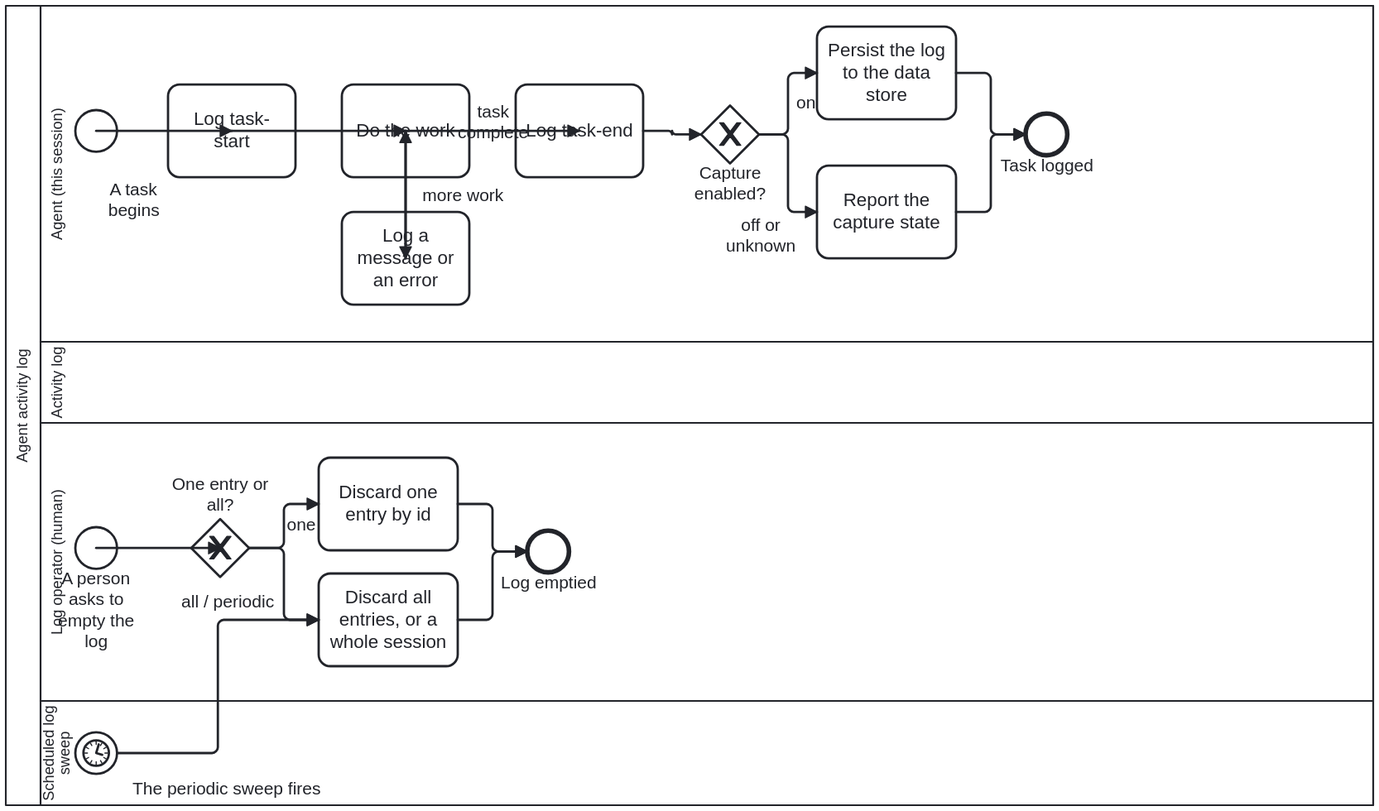
Above: docs/assets/img/workflows/activity-log.svg in litlfred/cat-harness (BPMN), before the change. Its source is kept beside it as processes/sdlc/activity-log.bpmn. Ids are renumbered.
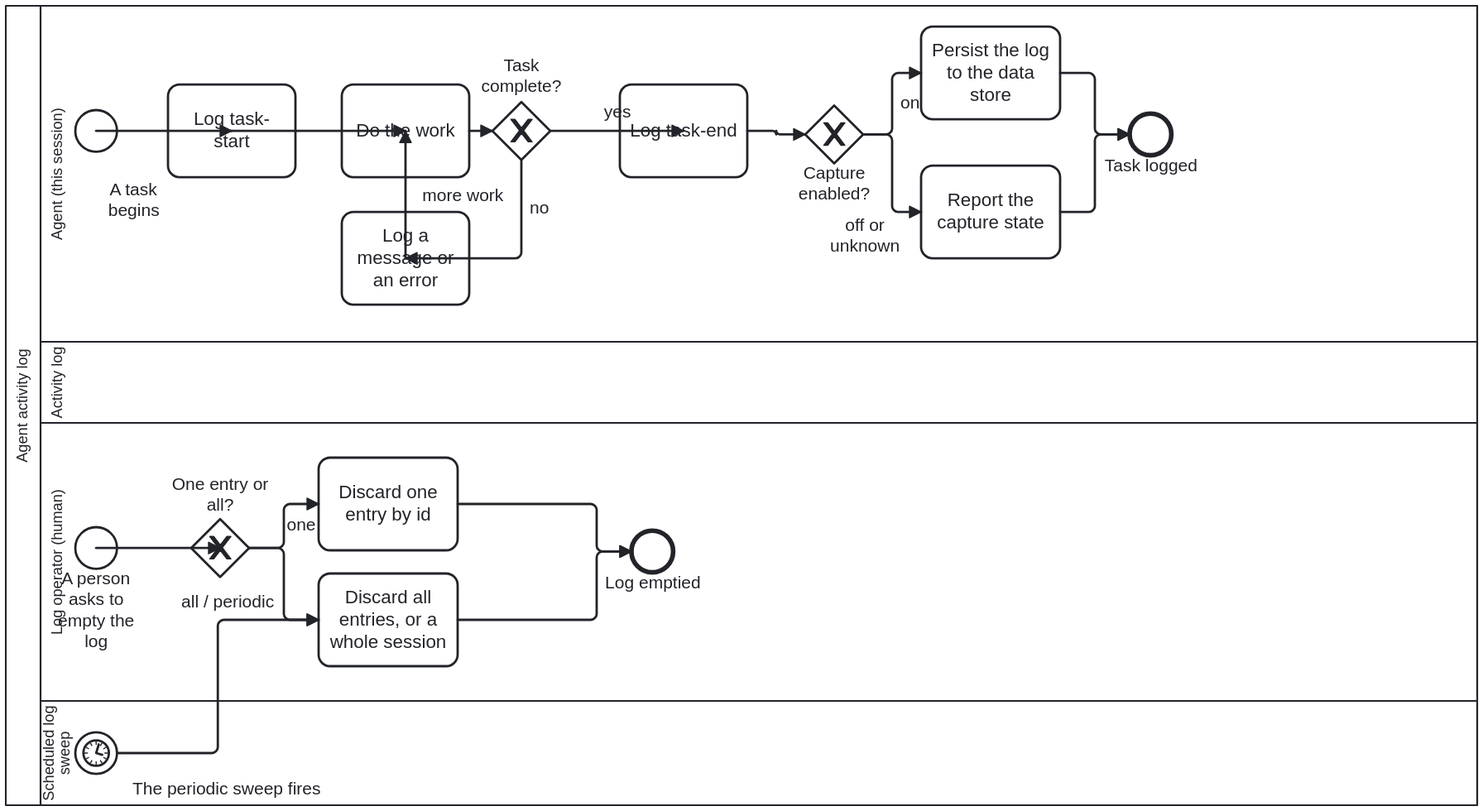
After the change.

What changed in the source:
```diff
@@ -63,6 +63,7 @@
         <bpmn:flowNodeRef>Start_Task</bpmn:flowNodeRef>
         <bpmn:flowNodeRef>A_LogStart</bpmn:flowNodeRef>
         <bpmn:flowNodeRef>A_DoWork</bpmn:flowNodeRef>
+        <bpmn:flowNodeRef>GW_DoWork</bpmn:flowNodeRef>
         <bpmn:flowNodeRef>A_LogMessage</bpmn:flowNodeRef>
         <bpmn:flowNodeRef>A_LogEnd</bpmn:flowNodeRef>
         <bpmn:flowNodeRef>Gateway_Capture</bpmn:flowNodeRef>
@@ -114,9 +115,11 @@
       </bpmn:extensionElements>
       <bpmn:incoming>F_2</bpmn:incoming>
       <bpmn:incoming>F_3b</bpmn:incoming>
-      <bpmn:outgoing>F_3</bpmn:outgoing>
-      <bpmn:outgoing>F_4</bpmn:outgoing>
+      <bpmn:outgoing>Flow_GW_DoWork</bpmn:outgoing>
     </bpmn:task>
+    <bpmn:exclusiveGateway id="GW_DoWork" name="Task complete?">
+      <bpmn:documentation>Which way the work goes after it.</bpmn:documentation>
+    </bpmn:exclusiveGateway>
 
     <bpmn:task id="A_LogMessage" name="Log a message or an error">
       <bpmn:documentation>Write a message or error entry whenever a later reader would need it. A command run goes in `execution` (command, exit code, where output went) — never the output itself, and never a secret, token or credential: capture on puts entries in git.</bpmn:documentation>
@@ -200,9 +203,10 @@
 
     <bpmn:sequenceFlow id="F_1" sourceRef="Start_Task" targetRef="A_LogStart"/>
     <bpmn:sequenceFlow id="F_2" sourceRef="A_LogStart" targetRef="A_DoWork"/>
-    <bpmn:sequenceFlow id="F_3" sourceRef="A_DoWork" targetRef="A_LogMessage"/>
+    <bpmn:sequenceFlow id="Flow_GW_DoWork" sourceRef="A_DoWork" targetRef="GW_DoWork"/>
+    <bpmn:sequenceFlow name="no" id="F_3" sourceRef="GW_DoWork" targetRef="A_LogMessage"/>
     <bpmn:sequenceFlow id="F_3b" sourceRef="A_LogMessage" targetRef="A_DoWork" name="more work"/>
-    <bpmn:sequenceFlow id="F_4" sourceRef="A_DoWork" targetRef="A_LogEnd" name="task complete"/>
+    <bpmn:sequenceFlow name="yes" id="F_4" sourceRef="GW_DoWork" targetRef="A_LogEnd"/>
     <bpmn:sequenceFlow id="F_5" sourceRef="A_LogEnd" targetRef="Gateway_Capture"/>
     <bpmn:sequenceFlow id="F_On" sourceRef="Gateway_Capture" targetRef="A_PersistLog" name="on"/>
     <bpmn:sequenceFlow id="F_OffOrUnknown" sourceRef="Gateway_Capture" targetRef="A_ReportCaptureState" name="off or unknown"/>
@@ -219,16 +223,16 @@
   <bpmndi:BPMNDiagram id="BPMNDiagram_ActivityLog">
     <bpmndi:BPMNPlane id="BPMNPlane_ActivityLog" bpmnElement="Collab_ActivityLog">
       <bpmndi:BPMNShape id="Shape_Participant" bpmnElement="Participant_ActivityLog" isHorizontal="true">
-        <dc:Bounds x="160" y="90" width="1180" height="690"/>
+        <dc:Bounds x="160" y="90" width="1270" height="690"/>
       </bpmndi:BPMNShape>
       <bpmndi:BPMNShape id="Shape_Lane_Agent" bpmnElement="Lane_Agent" isHorizontal="true">
-        <dc:Bounds x="190" y="90" width="1150" height="290"/>
+        <dc:Bounds x="190" y="90" width="1240" height="290"/>
       </bpmndi:BPMNShape>
       <bpmndi:BPMNShape id="Shape_Lane_Log" bpmnElement="Lane_Log" isHorizontal="true">
-        <dc:Bounds x="190" y="380" width="1150" height="70"/>
+        <dc:Bounds x="190" y="380" width="1240" height="70"/>
       </bpmndi:BPMNShape>
       <bpmndi:BPMNShape id="Shape_Lane_Operator" bpmnElement="Lane_Operator" isHorizontal="true">
-        <dc:Bounds x="190" y="450" width="1150" height="240"/>
+        <dc:Bounds x="190" y="450" width="1240" height="240"/>
       </bpmndi:BPMNShape>
       <bpmndi:BPMNShape id="Shape_Start_Task" bpmnElement="Start_Task">
         <dc:Bounds x="220" y="180" width="36" height="36"/>
@@ -237,6 +241,10 @@
       <bpmndi:BPMNShape id="Shape_A_LogStart" bpmnElement="A_LogStart">
         <dc:Bounds x="300" y="158" width="110" height="80"/>
       </bpmndi:BPMNShape>
+      <bpmndi:BPMNShape id="Shape_GW_DoWork" bpmnElement="GW_DoWork" isMarkerVisible="true"><dc:Bounds x="580" y="173" width="50" height="50"/>
+        <bpmndi:BPMNLabel><dc:Bounds x="560" y="133" width="90" height="36" /></bpmndi:BPMNLabel>
+      </bpmndi:BPMNShape>
+      <bpmndi:BPMNEdge id="Edge_Flow_GW_DoWork" bpmnElement="Flow_GW_DoWork"><di:waypoint x="560" y="198"/><di:waypoint x="580" y="198"/></bpmndi:BPMNEdge>
       <bpmndi:BPMNShape id="Shape_A_DoWork" bpmnElement="A_DoWork">
         <dc:Bounds x="450" y="158" width="110" height="80"/>
       </bpmndi:BPMNShape>
@@ -244,19 +252,19 @@
         <dc:Bounds x="450" y="268" width="110" height="80"/>
       </bpmndi:BPMNShape>
       <bpmndi:BPMNShape id="Shape_A_LogEnd" bpmnElement="A_LogEnd">
-        <dc:Bounds x="600" y="158" width="110" height="80"/>
+        <dc:Bounds x="690" y="158" width="110" height="80"/>
       </bpmndi:BPMNShape>
       <bpmndi:BPMNShape id="Shape_Gateway_Capture" bpmnElement="Gateway_Capture" isMarkerVisible="true">
-        <dc:Bounds x="760" y="176" width="50" height="50"/>
+        <dc:Bounds x="850" y="176" width="50" height="50"/>
       </bpmndi:BPMNShape>
       <bpmndi:BPMNShape id="Shape_A_PersistLog" bpmnElement="A_PersistLog">
-        <dc:Bounds x="860" y="108" width="120" height="80"/>
+        <dc:Bounds x="950" y="108" width="120" height="80"/>
       </bpmndi:BPMNShape>
       <bpmndi:BPMNShape id="Shape_A_ReportCaptureState" bpmnElement="A_ReportCaptureState">
-        <dc:Bounds x="860" y="228" width="120" height="80"/>
+        <dc:Bounds x="950" y="228" width="120" height="80"/>
       </bpmndi:BPMNShape>
       <bpmndi:BPMNShape id="Shape_End_Task" bpmnElement="End_Task">
-        <dc:Bounds x="1040" y="183" width="36" height="36"/>
+        <dc:Bounds x="1130" y="183" width="36" height="36"/>
       </bpmndi:BPMNShape>
       <bpmndi:BPMNShape id="Shape_Start_Empty" bpmnElement="Start_Empty">
         <dc:Bounds x="220" y="540" width="36" height="36"/>
@@ -272,7 +280,7 @@
         <dc:Bounds x="430" y="580" width="120" height="80"/>
       </bpmndi:BPMNShape>
       <bpmndi:BPMNShape id="Shape_End_Emptied" bpmnElement="End_Emptied">
-        <dc:Bounds x="610" y="543" width="36" height="36"/>
+        <dc:Bounds x="700" y="543" width="36" height="36"/>
       </bpmndi:BPMNShape>
       <bpmndi:BPMNEdge id="Edge_F_1" bpmnElement="F_1">
         <di:waypoint x="238" y="198"/>
@@ -283,7 +291,7 @@
         <di:waypoint x="505" y="198"/>
       </bpmndi:BPMNEdge>
       <bpmndi:BPMNEdge id="Edge_F_3" bpmnElement="F_3">
-        <di:waypoint x="505" y="198"/>
+        <di:waypoint x="605" y="223"/><di:waypoint x="605" y="308"/>
         <di:waypoint x="505" y="308"/>
       </bpmndi:BPMNEdge>
       <bpmndi:BPMNEdge id="Edge_F_3b" bpmnElement="F_3b">
@@ -292,39 +300,39 @@
         <bpmndi:BPMNLabel><dc:Bounds x="509" y="244.5" width="90" height="17" /></bpmndi:BPMNLabel>
       </bpmndi:BPMNEdge>
       <bpmndi:BPMNEdge id="Edge_F_4" bpmnElement="F_4">
-        <di:waypoint x="505" y="198"/>
-        <di:waypoint x="655" y="198"/>
+        <di:waypoint x="630" y="198"/>
+        <di:waypoint x="745" y="198"/>
       </bpmndi:BPMNEdge>
       <bpmndi:BPMNEdge id="Edge_F_5" bpmnElement="F_5">
-        <di:waypoint x="710" y="198" />
-        <di:waypoint x="735" y="198" />
-        <di:waypoint x="735" y="201" />
-        <di:waypoint x="760" y="201" />
+        <di:waypoint x="800" y="198" />
+        <di:waypoint x="825" y="198" />
+        <di:waypoint x="825" y="201" />
+        <di:waypoint x="850" y="201" />
       </bpmndi:BPMNEdge>
       <bpmndi:BPMNEdge id="Edge_F_On" bpmnElement="F_On">
-        <di:waypoint x="810" y="201" />
-        <di:waypoint x="835" y="201" />
-        <di:waypoint x="835" y="148" />
-        <di:waypoint x="860" y="148" />
+        <di:waypoint x="900" y="201" />
+        <di:waypoint x="925" y="201" />
+        <di:waypoint x="925" y="148" />
+        <di:waypoint x="950" y="148" />
       </bpmndi:BPMNEdge>
       <bpmndi:BPMNEdge id="Edge_F_OffOrUnknown" bpmnElement="F_OffOrUnknown">
-        <di:waypoint x="810" y="201" />
-        <di:waypoint x="835" y="201" />
-        <di:waypoint x="835" y="268" />
-        <di:waypoint x="860" y="268" />
-        <bpmndi:BPMNLabel><dc:Bounds x="766" y="271" width="90" height="35" /></bpmndi:BPMNLabel>
+        <di:waypoint x="900" y="201" />
+        <di:waypoint x="925" y="201" />
+        <di:waypoint x="925" y="268" />
+        <di:waypoint x="950" y="268" />
+        <bpmndi:BPMNLabel><dc:Bounds x="856" y="271" width="90" height="35" /></bpmndi:BPMNLabel>
       </bpmndi:BPMNEdge>
       <bpmndi:BPMNEdge id="Edge_F_6" bpmnElement="F_6">
-        <di:waypoint x="980" y="148" />
-        <di:waypoint x="1010" y="148" />
-        <di:waypoint x="1010" y="201" />
-        <di:waypoint x="1040" y="201" />
+        <di:waypoint x="1070" y="148" />
+        <di:waypoint x="1100" y="148" />
+        <di:waypoint x="1100" y="201" />
+        <di:waypoint x="1130" y="201" />
       </bpmndi:BPMNEdge>
       <bpmndi:BPMNEdge id="Edge_F_7" bpmnElement="F_7">
-        <di:waypoint x="980" y="268" />
-        <di:waypoint x="1010" y="268" />
-        <di:waypoint x="1010" y="201" />
-        <di:waypoint x="1040" y="201" />
+        <di:waypoint x="1070" y="268" />
+        <di:waypoint x="1100" y="268" />
+        <di:waypoint x="1100" y="201" />
+        <di:waypoint x="1130" y="201" />
       </bpmndi:BPMNEdge>
       <bpmndi:BPMNEdge id="Edge_F_E1" bpmnElement="F_E1">
         <di:waypoint x="238" y="558"/>
@@ -345,18 +353,18 @@
       </bpmndi:BPMNEdge>
       <bpmndi:BPMNEdge id="Edge_F_E2" bpmnElement="F_E2">
         <di:waypoint x="550" y="520" />
-        <di:waypoint x="580" y="520" />
-        <di:waypoint x="580" y="561" />
-        <di:waypoint x="610" y="561" />
+        <di:waypoint x="670" y="520" />
+        <di:waypoint x="670" y="561" />
+        <di:waypoint x="700" y="561" />
       </bpmndi:BPMNEdge>
       <bpmndi:BPMNEdge id="Edge_F_E3" bpmnElement="F_E3">
         <di:waypoint x="550" y="620" />
-        <di:waypoint x="580" y="620" />
-        <di:waypoint x="580" y="561" />
-        <di:waypoint x="610" y="561" />
+        <di:waypoint x="670" y="620" />
+        <di:waypoint x="670" y="561" />
+        <di:waypoint x="700" y="561" />
       </bpmndi:BPMNEdge>
       <bpmndi:BPMNShape id="Shape_Lane_Sweep" bpmnElement="Lane_Sweep" isHorizontal="true">
-        <dc:Bounds x="190" y="690" width="1150" height="90"/>
+        <dc:Bounds x="190" y="690" width="1240" height="90"/>
       </bpmndi:BPMNShape>
       <bpmndi:BPMNShape id="Shape_Start_Sweep" bpmnElement="Start_Sweep">
         <dc:Bounds x="220" y="717" width="36" height="36"/>
```
